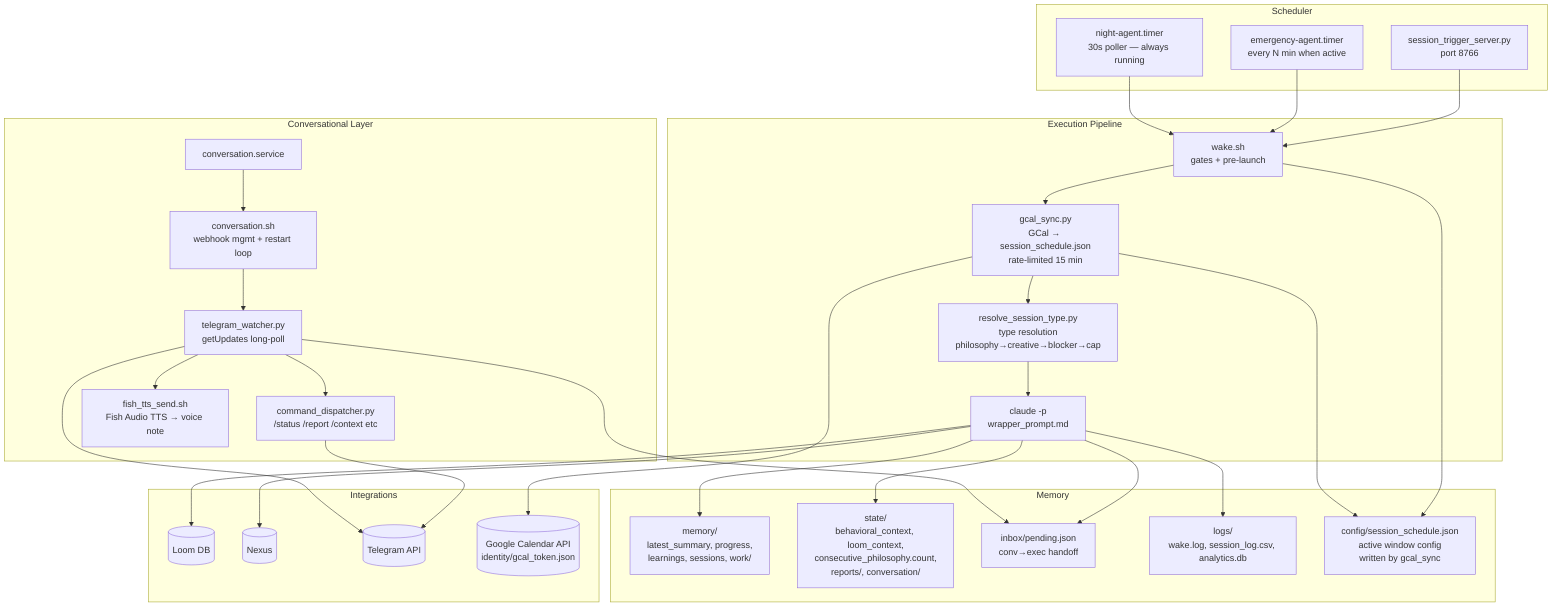
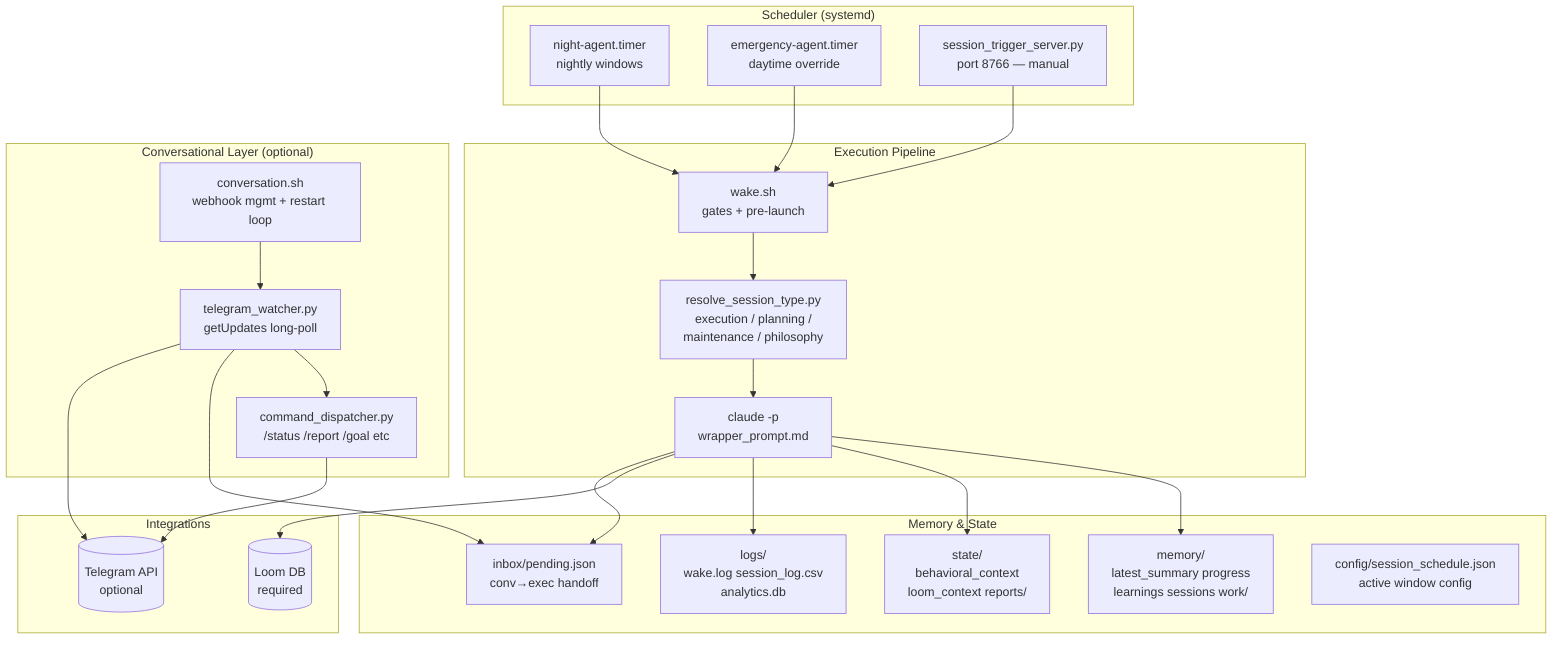
- %% Container level (C4 L2): major pieces inside @Lain node.
- %% Last updated: 2026-07-21
+ %% Container level (C4 L2): major runtime pieces inside the node.
+ %% Last updated: 2026-07-21 (Nexus removed; TTS removed from core)
flowchart TB
-     subgraph Scheduler
-         NT[night-agent.timer\n30s poller — always running]
-         ET[emergency-agent.timer\nevery N min when active]
-         MT[session_trigger_server.py\nport 8766]
+     subgraph Scheduler["Scheduler (systemd)"]
+         NT[night-agent.timer\nnightly windows]
+         ET[emergency-agent.timer\ndaytime override]
+         MT[session_trigger_server.py\nport 8766 — manual]
    end

    subgraph ExecPipeline["Execution Pipeline"]
        WS[wake.sh\ngates + pre-launch]
-         GS[gcal_sync.py\nGCal → session_schedule.json\nrate-limited 15 min]
-         SP[resolve_session_type.py\ntype resolution\nphilosophy→creative→blocker→cap]
+         ST[resolve_session_type.py\nexecution / planning /\nmaintenance / philosophy]
        CL[claude -p\nwrapper_prompt.md]
-         WS --> GS --> SP --> CL
+         WS --> ST --> CL
    end

-     subgraph ConvLayer["Conversational Layer"]
-         CS[conversation.service]
+     subgraph ConvLayer["Conversational Layer (optional)"]
        CVS[conversation.sh\nwebhook mgmt + restart loop]
        TW[telegram_watcher.py\ngetUpdates long-poll]
-         CD[command_dispatcher.py\n/status /report /context etc]
-         TTS[fish_tts_send.sh\nFish Audio TTS → voice note]
-         CS --> CVS --> TW
-         TW --> CD
-         TW --> TTS
+         CD[command_dispatcher.py\n/status /report /goal etc]
+         CVS --> TW --> CD
    end

-     subgraph Memory
-         MEM[memory/\nlatest_summary, progress,\nlearnings, sessions, work/]
-         STATE[state/\nbehavioral_context, loom_context,\nconsecutive_philosophy.count,\nreports/, conversation/]
+     subgraph Memory["Memory & State"]
+         MEM[memory/\nlatest_summary progress\nlearnings sessions work/]
+         STATE[state/\nbehavioral_context\nloom_context reports/]
        INBOX[inbox/pending.json\nconv→exec handoff]
-         LOGS[logs/\nwake.log, session_log.csv, analytics.db]
-         SCHED[config/session_schedule.json\nactive window config\nwritten by gcal_sync]
+         LOGS[logs/\nwake.log session_log.csv\nanalytics.db]
+         SCHED[config/session_schedule.json\nactive window config]
    end

-     subgraph Integrations
-         LOOM[(Loom DB)]
-         NEXUS[(Nexus)]
-         TG[(Telegram API)]
-         GCAL[(Google Calendar API\nidentity/gcal_token.json)]
+     subgraph Integrations["Integrations"]
+         LOOM[(Loom DB\nrequired)]
+         TG[(Telegram API\noptional)]
    end

    NT --> WS
    ET --> WS
    MT --> WS

-     GS --> GCAL
-     GS --> SCHED
-     WS --> SCHED
- 
    CL --> MEM
    CL --> STATE
    CL --> LOGS
    CL --> LOOM
-     CL --> NEXUS

    TW --> INBOX
    CL --> INBOX

    TW --> TG
    CD --> TG
